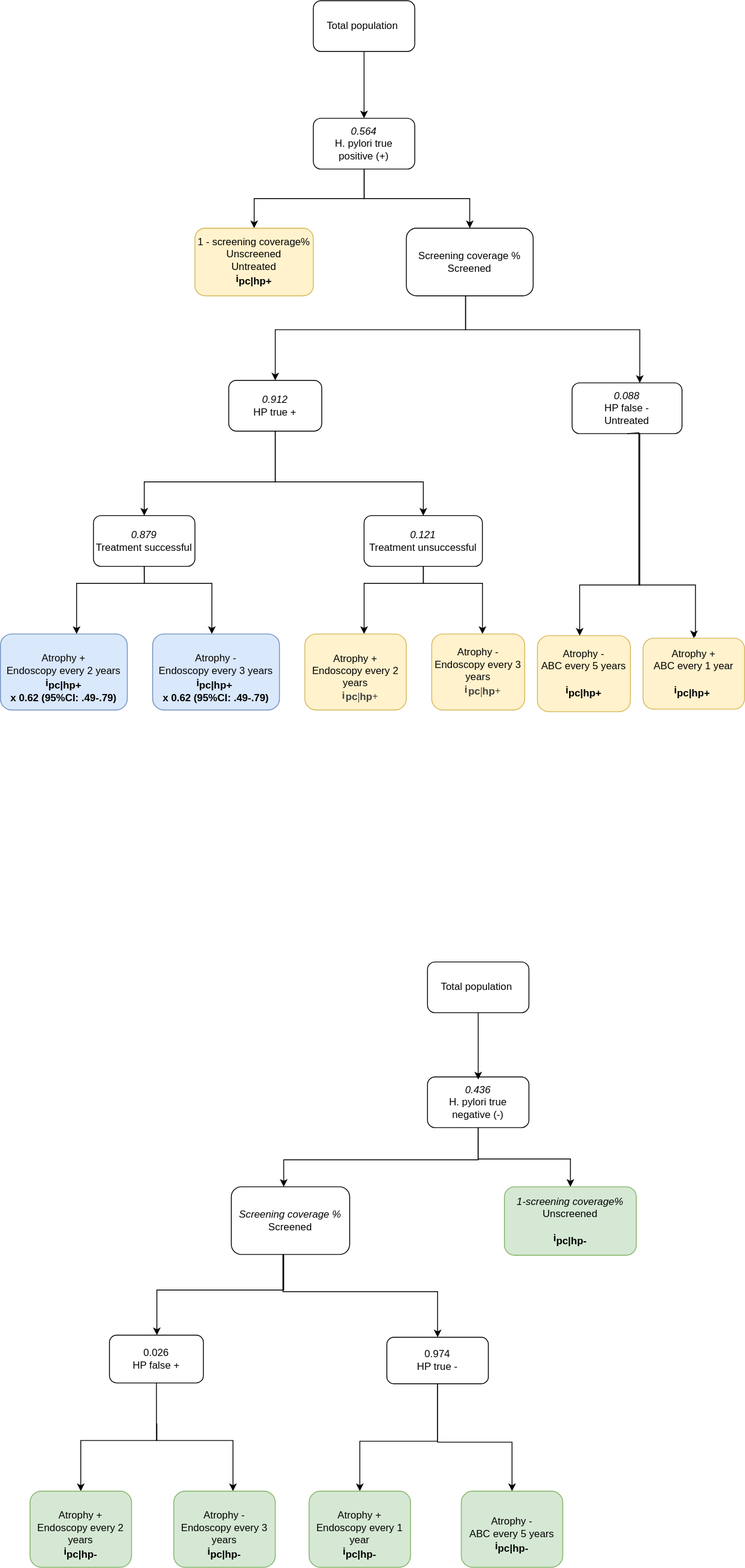
Above: docs/source/concept_models/vivarium_swissre_stomachcancer/hp_treatment_tree.svg in ihmeuw/vivarium_research (draw.io), before the change. Source tidied: cells renumbered, new cells last; positions are measured from the earlier drawing's top-left corner, leaving out a move shared by most shapes.
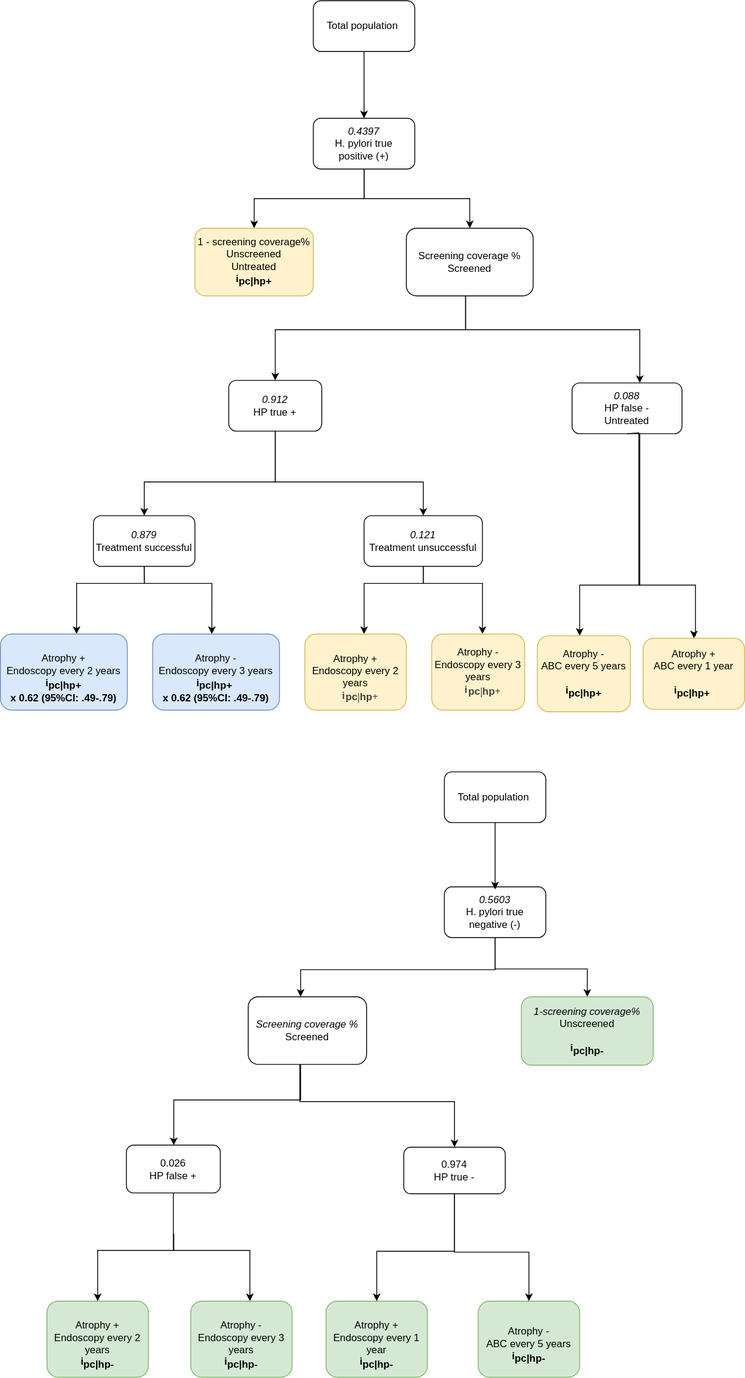
Above is the later version.

Diff of the diagram source:
```diff
@@ -14,7 +14,7 @@
     <mxCell id="5" style="edgeStyle=orthogonalEdgeStyle;rounded=0;jettySize=auto;html=1;fontSize=12;" parent="1" edge="1" source="6" target="9">
       <mxGeometry relative="1" as="geometry" />
     </mxCell>
-    <mxCell id="6" value="&lt;i style=&quot;font-size: 12px;&quot;&gt;0.564&lt;/i&gt;&lt;br style=&quot;font-size: 12px;&quot;&gt;H. pylori true &lt;br style=&quot;font-size: 12px;&quot;&gt;positive (+)" style="rounded=1;whiteSpace=wrap;html=1;fontSize=12;" parent="1" vertex="1">
+    <mxCell id="6" value="&lt;i style=&quot;font-size: 12px&quot;&gt;0.4397&lt;/i&gt;&lt;br style=&quot;font-size: 12px&quot;&gt;H. pylori true &lt;br style=&quot;font-size: 12px&quot;&gt;positive (+)" style="rounded=1;whiteSpace=wrap;html=1;fontSize=12;" parent="1" vertex="1">
       <mxGeometry x="370" y="139" width="120" height="60" as="geometry" />
     </mxCell>
     <mxCell id="7" style="edgeStyle=orthogonalEdgeStyle;rounded=0;jettySize=auto;html=1;fontSize=12;" parent="1" edge="1" source="9" target="15">
@@ -128,46 +128,46 @@
     <mxCell id="27" style="edgeStyle=orthogonalEdgeStyle;rounded=0;jettySize=auto;html=1;fontSize=12;" parent="1" edge="1" source="29" target="33">
       <mxGeometry relative="1" as="geometry">
         <Array as="points">
-          <mxPoint x="565" y="1371" />
-          <mxPoint x="335" y="1371" />
+          <mxPoint x="585" y="1146" />
+          <mxPoint x="355" y="1146" />
         </Array>
       </mxGeometry>
     </mxCell>
     <mxCell id="28" style="edgeStyle=orthogonalEdgeStyle;rounded=0;jettySize=auto;html=1;entryX=0.5;entryY=0;entryDx=0;entryDy=0;fontSize=12;" parent="1" edge="1" source="29" target="30">
       <mxGeometry relative="1" as="geometry">
         <Array as="points">
-          <mxPoint x="565" y="1370" />
-          <mxPoint x="674" y="1370" />
+          <mxPoint x="585" y="1145" />
+          <mxPoint x="694" y="1145" />
         </Array>
       </mxGeometry>
     </mxCell>
-    <mxCell id="29" value="&lt;i style=&quot;font-size: 12px;&quot;&gt;0.436&lt;/i&gt;&lt;br style=&quot;font-size: 12px;&quot;&gt;H. pylori true &lt;br style=&quot;font-size: 12px;&quot;&gt;negative (-)" style="rounded=1;whiteSpace=wrap;html=1;fontSize=12;" parent="1" vertex="1">
-      <mxGeometry x="505" y="1273" width="120" height="60" as="geometry" />
+    <mxCell id="29" value="&lt;i style=&quot;font-size: 12px&quot;&gt;0.5603&lt;/i&gt;&lt;br style=&quot;font-size: 12px&quot;&gt;H. pylori true &lt;br style=&quot;font-size: 12px&quot;&gt;negative (-)" style="rounded=1;whiteSpace=wrap;html=1;fontSize=12;" parent="1" vertex="1">
+      <mxGeometry x="525" y="1048" width="120" height="60" as="geometry" />
     </mxCell>
     <mxCell id="30" value="&lt;i style=&quot;font-size: 12px;&quot;&gt;1-screening coverage%&lt;/i&gt;&lt;br style=&quot;font-size: 12px;&quot;&gt;Unscreened&lt;br style=&quot;font-size: 12px;&quot;&gt;&lt;br style=&quot;font-size: 12px;&quot;&gt;&lt;b style=&quot;font-size: 12px;&quot;&gt;&lt;font style=&quot;font-size: 12px;&quot;&gt;i&lt;sub style=&quot;font-size: 12px;&quot;&gt;pc|hp-&lt;/sub&gt;&lt;/font&gt;&lt;/b&gt;" style="rounded=1;whiteSpace=wrap;html=1;fillColor=#d5e8d4;strokeColor=#82b366;fontSize=12;" parent="1" vertex="1">
-      <mxGeometry x="596" y="1403" width="156" height="81" as="geometry" />
+      <mxGeometry x="616" y="1178" width="156" height="81" as="geometry" />
     </mxCell>
     <mxCell id="31" style="edgeStyle=orthogonalEdgeStyle;rounded=0;jettySize=auto;html=1;fontSize=12;" parent="1" edge="1" source="33" target="34">
       <mxGeometry relative="1" as="geometry">
         <Array as="points">
-          <mxPoint x="335" y="1525" />
-          <mxPoint x="185" y="1525" />
+          <mxPoint x="355" y="1300" />
+          <mxPoint x="205" y="1300" />
         </Array>
       </mxGeometry>
     </mxCell>
     <mxCell id="32" style="edgeStyle=orthogonalEdgeStyle;rounded=0;jettySize=auto;html=1;entryX=0.5;entryY=0;entryDx=0;entryDy=0;fontSize=12;" parent="1" edge="1" source="33" target="39">
       <mxGeometry relative="1" as="geometry">
         <Array as="points">
-          <mxPoint x="334" y="1527" />
-          <mxPoint x="517" y="1527" />
+          <mxPoint x="354" y="1302" />
+          <mxPoint x="537" y="1302" />
         </Array>
       </mxGeometry>
     </mxCell>
     <mxCell id="33" value="&lt;i style=&quot;font-size: 12px;&quot;&gt;Screening coverage %&lt;/i&gt;&lt;br style=&quot;font-size: 12px;&quot;&gt;Screened" style="rounded=1;whiteSpace=wrap;html=1;fontSize=12;" parent="1" vertex="1">
-      <mxGeometry x="273" y="1403" width="140" height="80" as="geometry" />
+      <mxGeometry x="293" y="1178" width="140" height="80" as="geometry" />
     </mxCell>
     <mxCell id="34" value="0.026&lt;br style=&quot;font-size: 12px;&quot;&gt;HP false +" style="rounded=1;whiteSpace=wrap;html=1;fontSize=12;" parent="1" vertex="1">
-      <mxGeometry x="129" y="1578.5" width="111" height="56.5" as="geometry" />
+      <mxGeometry x="149" y="1353.5" width="111" height="56.5" as="geometry" />
     </mxCell>
     <mxCell id="35" value="Atrophy +&lt;br style=&quot;font-size: 12px;&quot;&gt;ABC every 1 year&lt;br style=&quot;font-size: 12px;&quot;&gt;&lt;br style=&quot;font-size: 12px;&quot;&gt;&lt;b style=&quot;font-size: 12px;&quot;&gt;&lt;font style=&quot;font-size: 12px;&quot;&gt;i&lt;sub style=&quot;font-size: 12px;&quot;&gt;pc|hp+&lt;/sub&gt;&lt;/font&gt;&lt;/b&gt;&amp;nbsp;" style="rounded=1;whiteSpace=wrap;html=1;fillColor=#fff2cc;strokeColor=#d6b656;fontSize=12;" parent="1" vertex="1">
       <mxGeometry x="760" y="754" width="120" height="84" as="geometry" />
@@ -185,59 +185,59 @@
     <mxCell id="37" style="edgeStyle=orthogonalEdgeStyle;rounded=0;jettySize=auto;html=1;entryX=0.5;entryY=0;entryDx=0;entryDy=0;fontSize=12;" parent="1" edge="1" source="39" target="45">
       <mxGeometry relative="1" as="geometry">
         <Array as="points">
-          <mxPoint x="517" y="1704" />
-          <mxPoint x="425" y="1704" />
+          <mxPoint x="537" y="1479" />
+          <mxPoint x="445" y="1479" />
         </Array>
       </mxGeometry>
     </mxCell>
     <mxCell id="38" style="edgeStyle=orthogonalEdgeStyle;rounded=0;jettySize=auto;html=1;fontSize=12;" parent="1" edge="1" source="39" target="44">
       <mxGeometry relative="1" as="geometry">
         <Array as="points">
-          <mxPoint x="517" y="1705" />
-          <mxPoint x="605" y="1705" />
+          <mxPoint x="537" y="1480" />
+          <mxPoint x="625" y="1480" />
         </Array>
       </mxGeometry>
     </mxCell>
     <mxCell id="39" value="0.974&lt;br style=&quot;font-size: 12px;&quot;&gt;HP true -" style="rounded=1;whiteSpace=wrap;html=1;fontSize=12;" parent="1" vertex="1">
-      <mxGeometry x="457" y="1581" width="120" height="55" as="geometry" />
+      <mxGeometry x="477" y="1356" width="120" height="55" as="geometry" />
     </mxCell>
     <mxCell id="40" style="edgeStyle=orthogonalEdgeStyle;rounded=0;jettySize=auto;html=1;fontSize=12;" parent="1" edge="1" target="43">
       <mxGeometry relative="1" as="geometry">
-        <mxPoint x="185" y="1683" as="sourcePoint" />
+        <mxPoint x="205" y="1458" as="sourcePoint" />
         <Array as="points">
-          <mxPoint x="185" y="1703" />
-          <mxPoint x="95" y="1703" />
+          <mxPoint x="205" y="1478" />
+          <mxPoint x="115" y="1478" />
         </Array>
       </mxGeometry>
     </mxCell>
     <mxCell id="41" style="edgeStyle=orthogonalEdgeStyle;rounded=0;jettySize=auto;html=1;exitX=0.5;exitY=1;exitDx=0;exitDy=0;fontSize=12;" parent="1" edge="1" source="34">
       <mxGeometry relative="1" as="geometry">
-        <mxPoint x="275" y="1763" as="targetPoint" />
+        <mxPoint x="295" y="1538" as="targetPoint" />
         <Array as="points">
-          <mxPoint x="185" y="1703" />
-          <mxPoint x="275" y="1703" />
+          <mxPoint x="205" y="1478" />
+          <mxPoint x="295" y="1478" />
         </Array>
       </mxGeometry>
     </mxCell>
     <mxCell id="42" value="&lt;br style=&quot;font-size: 12px;&quot;&gt;Atrophy -&lt;br style=&quot;font-size: 12px;&quot;&gt;Endoscopy every 3 years&lt;br style=&quot;font-size: 12px;&quot;&gt;&lt;b style=&quot;font-size: 12px;&quot;&gt;&lt;font style=&quot;font-size: 12px;&quot;&gt;i&lt;sub style=&quot;font-size: 12px;&quot;&gt;pc|hp-&lt;/sub&gt;&lt;/font&gt;&lt;/b&gt;" style="rounded=1;whiteSpace=wrap;html=1;fillColor=#d5e8d4;strokeColor=#82b366;fontSize=12;" parent="1" vertex="1">
-      <mxGeometry x="205" y="1763" width="120" height="90" as="geometry" />
+      <mxGeometry x="225" y="1538" width="120" height="90" as="geometry" />
     </mxCell>
     <mxCell id="43" value="&lt;font style=&quot;font-size: 12px;&quot;&gt;&lt;br style=&quot;font-size: 12px;&quot;&gt;Atrophy +&lt;br style=&quot;font-size: 12px;&quot;&gt;Endoscopy every 2 years&lt;br style=&quot;font-size: 12px;&quot;&gt;&lt;b style=&quot;font-size: 12px;&quot;&gt;&lt;font style=&quot;font-size: 12px;&quot;&gt;i&lt;sub style=&quot;font-size: 12px;&quot;&gt;pc|hp-&lt;/sub&gt;&lt;/font&gt;&lt;/b&gt;&lt;br style=&quot;font-size: 12px;&quot;&gt;&lt;/font&gt;" style="rounded=1;whiteSpace=wrap;html=1;align=center;fillColor=#d5e8d4;strokeColor=#82b366;fontSize=12;" parent="1" vertex="1">
-      <mxGeometry x="35" y="1763" width="120" height="90" as="geometry" />
+      <mxGeometry x="55" y="1538" width="120" height="90" as="geometry" />
     </mxCell>
     <mxCell id="44" value="&lt;br style=&quot;font-size: 12px;&quot;&gt;Atrophy -&lt;br style=&quot;font-size: 12px;&quot;&gt;ABC every 5 years&lt;br style=&quot;font-size: 12px;&quot;&gt;&lt;b style=&quot;font-size: 12px;&quot;&gt;&lt;font style=&quot;font-size: 12px;&quot;&gt;i&lt;sub style=&quot;font-size: 12px;&quot;&gt;pc|hp-&lt;/sub&gt;&lt;/font&gt;&lt;/b&gt;" style="rounded=1;whiteSpace=wrap;html=1;fillColor=#d5e8d4;strokeColor=#82b366;fontSize=12;" parent="1" vertex="1">
-      <mxGeometry x="545" y="1763" width="120" height="90" as="geometry" />
+      <mxGeometry x="565" y="1538" width="120" height="90" as="geometry" />
     </mxCell>
     <mxCell id="45" value="&lt;font style=&quot;font-size: 12px;&quot;&gt;&lt;br style=&quot;font-size: 12px;&quot;&gt;Atrophy +&lt;br style=&quot;font-size: 12px;&quot;&gt;Endoscopy every 1 year&lt;br style=&quot;font-size: 12px;&quot;&gt;&lt;b style=&quot;font-size: 12px;&quot;&gt;&lt;font style=&quot;font-size: 12px;&quot;&gt;i&lt;sub style=&quot;font-size: 12px;&quot;&gt;pc|hp-&lt;/sub&gt;&lt;/font&gt;&lt;/b&gt;&lt;br style=&quot;font-size: 12px;&quot;&gt;&lt;/font&gt;" style="rounded=1;whiteSpace=wrap;html=1;align=center;fillColor=#d5e8d4;strokeColor=#82b366;fontSize=12;" parent="1" vertex="1">
-      <mxGeometry x="365" y="1763" width="120" height="90" as="geometry" />
+      <mxGeometry x="385" y="1538" width="120" height="90" as="geometry" />
     </mxCell>
     <mxCell id="46" style="edgeStyle=orthogonalEdgeStyle;rounded=0;jettySize=auto;html=1;fontSize=12;" parent="1" edge="1" source="47">
       <mxGeometry relative="1" as="geometry">
-        <mxPoint x="565" y="1276" as="targetPoint" />
+        <mxPoint x="585" y="1051" as="targetPoint" />
       </mxGeometry>
     </mxCell>
     <mxCell id="47" value="Total population&amp;nbsp;" style="rounded=1;whiteSpace=wrap;html=1;fontSize=12;" parent="1" vertex="1">
-      <mxGeometry x="505" y="1137" width="120" height="60" as="geometry" />
+      <mxGeometry x="525" y="912" width="120" height="60" as="geometry" />
     </mxCell>
   </root>
 </mxGraphModel>
```
